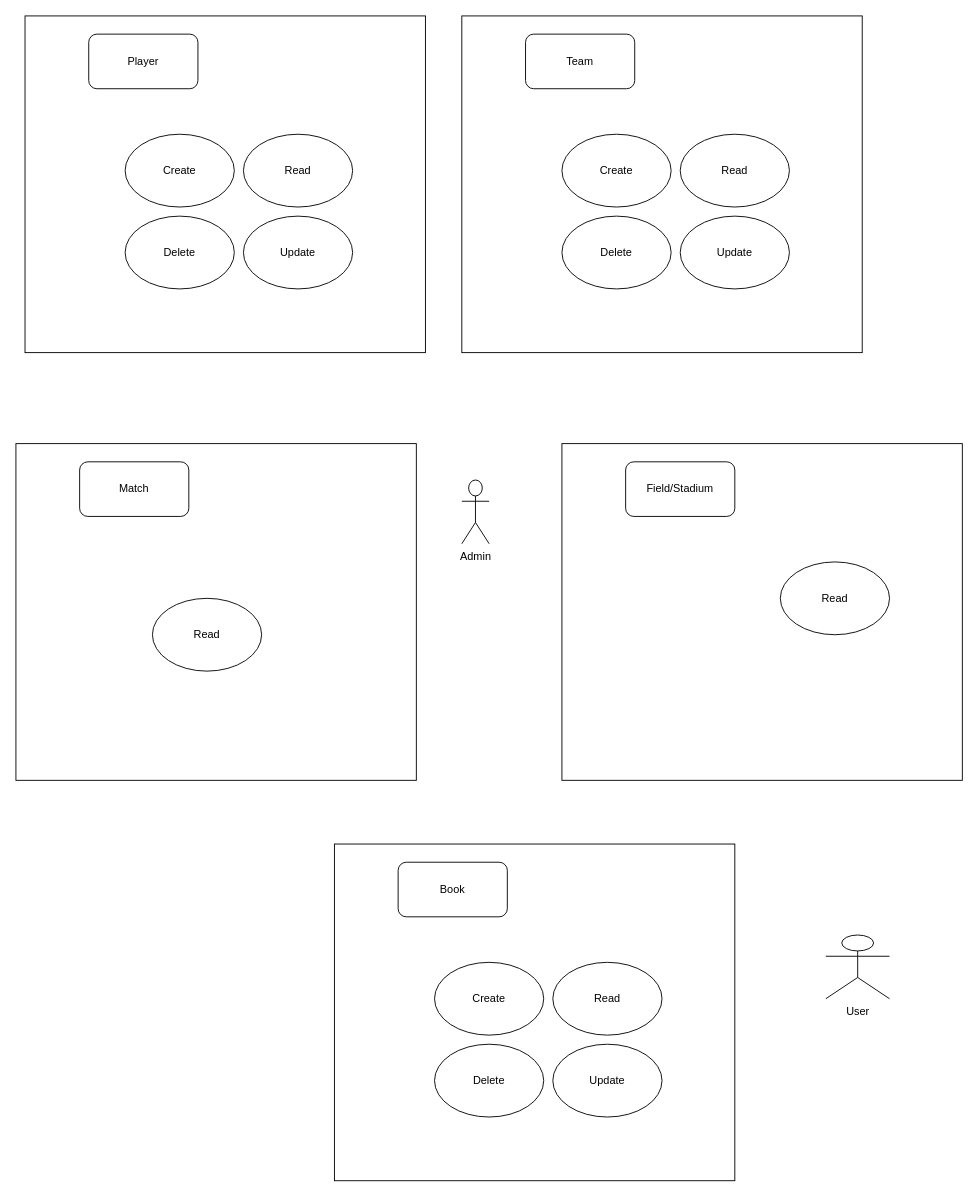
Above: page "CRUD" (3 of 3) of SES_Use_Case.drawio in mlvl974/SportsEventSystem (draw.io), before the change. Source tidied: cells renumbered, new cells numbered last; positions are measured from the earlier drawing's top-left corner, leaving out a move shared by most shapes. Both pictures are drawn from the tidied source at 91%, with x=0, y=0 at pixel (15, 15).
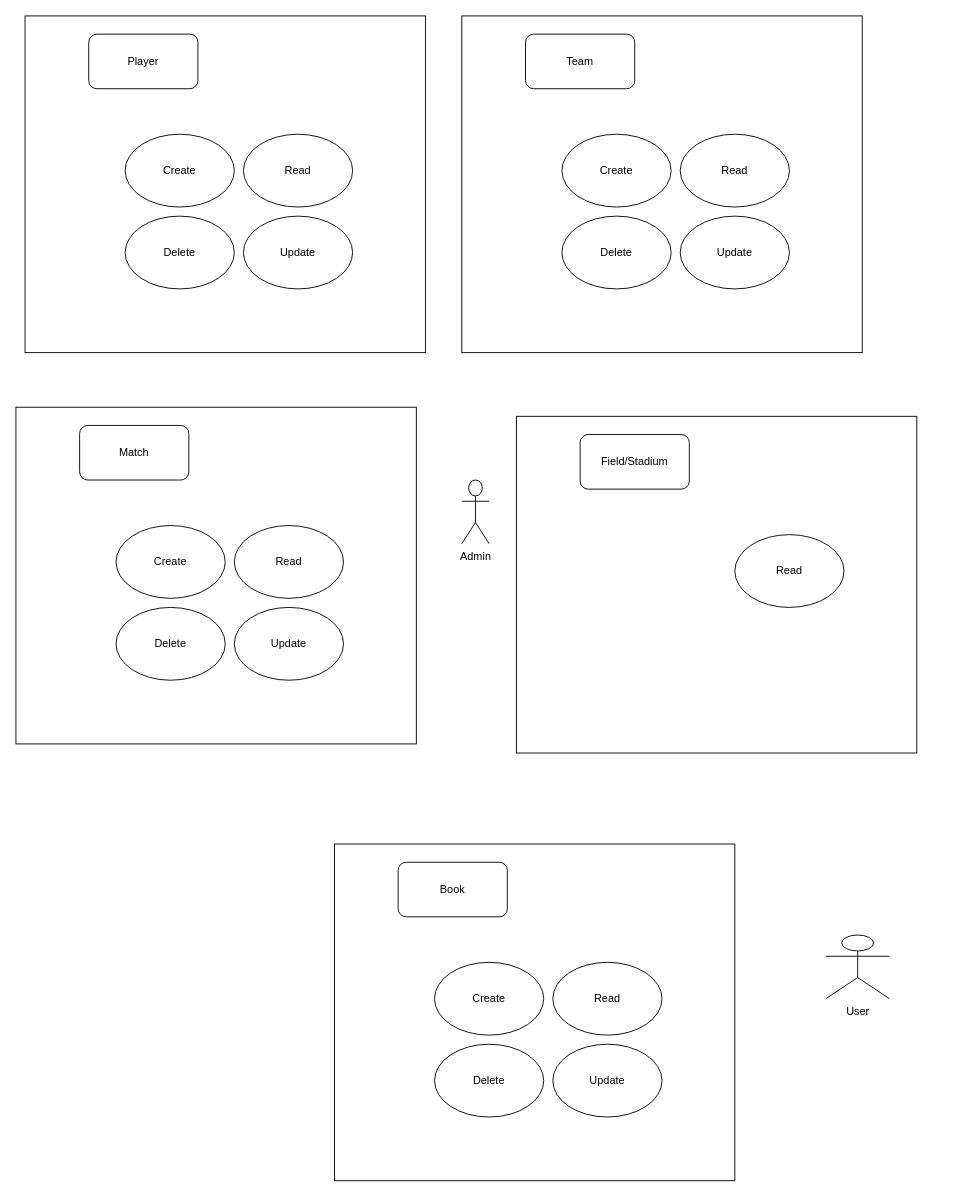
The same page after the edit.

What changed in the source:
```diff
@@
-    <mxCell id="15" style="group;" parent="1" vertex="1">
-      <mxGeometry y="470" width="440" height="370" as="geometry" />
-    </mxCell>
-    <mxCell id="16" style="rounded=0;whiteSpace=wrap;html=1;" parent="15" vertex="1">
-      <mxGeometry width="440" height="370" as="geometry" />
-    </mxCell>
-    <mxCell id="17" value="Match&lt;br&gt;" style="rounded=1;whiteSpace=wrap;html=1;" parent="15" vertex="1">
-      <mxGeometry x="70" y="20" width="120" height="60" as="geometry" />
-    </mxCell>
-    <mxCell id="18" value="Read" style="ellipse;whiteSpace=wrap;html=1;" parent="15" vertex="1">
-      <mxGeometry x="150" y="170" width="120" height="80" as="geometry" />
-    </mxCell>
     <mxCell id="19" style="group;" parent="1" vertex="1">
-      <mxGeometry x="600" y="470" width="440" height="370" as="geometry" />
+      <mxGeometry x="550" y="440" width="440" height="370" as="geometry" />
     </mxCell>
@@
+    <mxCell id="31" style="group;" parent="1" vertex="1">
+      <mxGeometry y="430" width="440" height="370" as="geometry" />
+    </mxCell>
+    <mxCell id="16" style="rounded=0;whiteSpace=wrap;html=1;" parent="31" vertex="1">
+      <mxGeometry width="440" height="370" as="geometry" />
+    </mxCell>
+    <mxCell id="17" value="Match" style="rounded=1;whiteSpace=wrap;html=1;" parent="31" vertex="1">
+      <mxGeometry x="70" y="20" width="120" height="60" as="geometry" />
+    </mxCell>
+    <mxCell id="32" value="Create" style="ellipse;whiteSpace=wrap;html=1;" parent="31" vertex="1">
+      <mxGeometry x="110" y="130" width="120" height="80" as="geometry" />
+    </mxCell>
+    <mxCell id="33" value="Delete" style="ellipse;whiteSpace=wrap;html=1;" parent="31" vertex="1">
+      <mxGeometry x="110" y="220" width="120" height="80" as="geometry" />
+    </mxCell>
+    <mxCell id="18" value="Read" style="ellipse;whiteSpace=wrap;html=1;" parent="31" vertex="1">
+      <mxGeometry x="240" y="130" width="120" height="80" as="geometry" />
+    </mxCell>
+    <mxCell id="34" value="Update" style="ellipse;whiteSpace=wrap;html=1;" parent="31" vertex="1">
+      <mxGeometry x="240" y="220" width="120" height="80" as="geometry" />
+    </mxCell>
```
